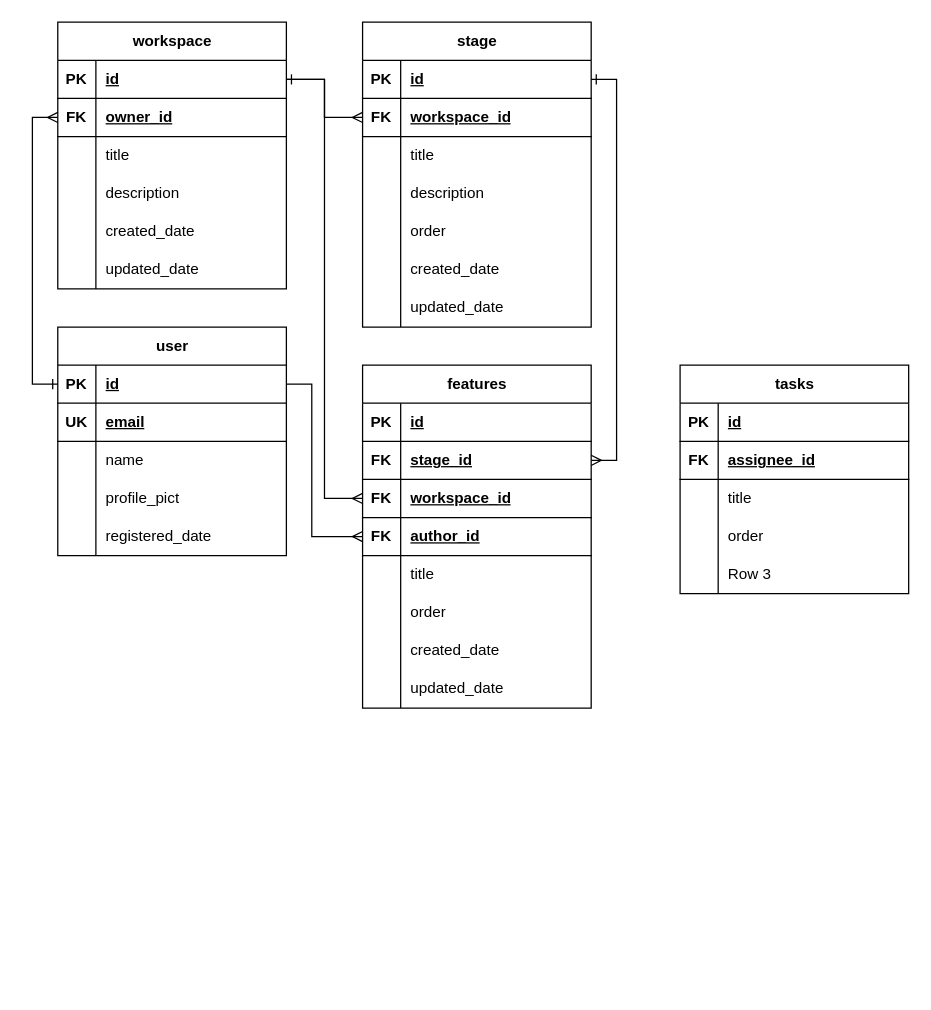
Earlier version of the draw.io diagram trello-kanban.drawio (yogiprsetya/app.diagrams.net). Source tidied: cells renumbered, new cells numbered last; positions are measured from the earlier drawing's top-left corner, leaving out a move shared by most shapes. Both pictures are drawn from the tidied source at 127%, with x=0, y=0 at pixel (57, 22).
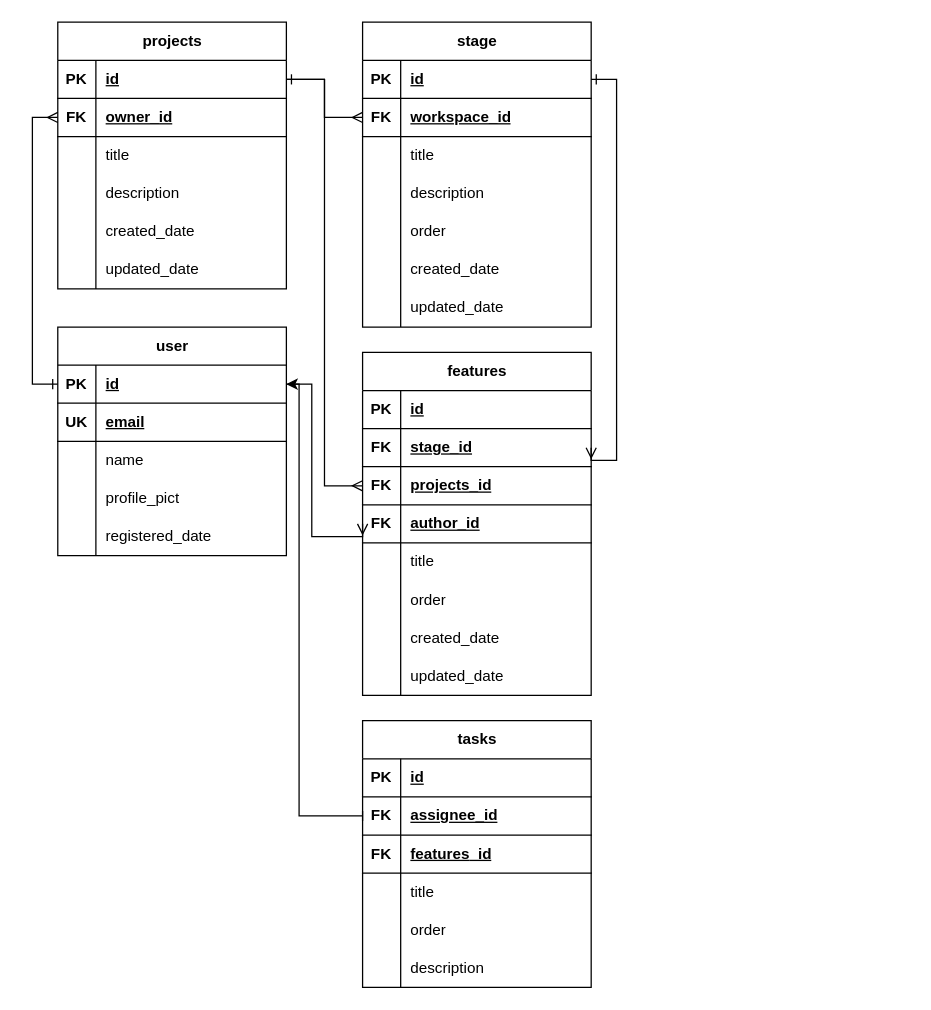
After the change.

The change refers to these unchanged cells:
```xml
<mxCell id="3" style="shape=tableRow;horizontal=0;startSize=0;swimlaneHead=0;swimlaneBody=0;fillColor=none;points=[[0,0.5],[1,0.5]];portConstraint=eastwest;top=0;left=0;right=0;bottom=1;" parent="2" vertex="1">
  <mxGeometry y="30" width="180" height="30" as="geometry" />
</mxCell>
<mxCell id="68" style="shape=tableRow;horizontal=0;startSize=0;swimlaneHead=0;swimlaneBody=0;fillColor=none;points=[[0,0.5],[1,0.5]];portConstraint=eastwest;top=0;left=0;right=0;bottom=1;" parent="61" vertex="1">
  <mxGeometry y="90" width="180" height="30" as="geometry" />
</mxCell>
<mxCell id="93" style="shape=tableRow;horizontal=0;startSize=0;swimlaneHead=0;swimlaneBody=0;fillColor=none;points=[[0,0.5],[1,0.5]];portConstraint=eastwest;top=0;left=0;right=0;bottom=1;" parent="89" vertex="1">
  <mxGeometry y="60" width="180" height="30" as="geometry" />
</mxCell>
```

Change to the diagram source:
```diff
@@
-    <mxCell id="18" value="workspace" style="shape=table;startSize=30;childLayout=tableLayout;rowLines=0;fontStyle=1;align=center;html=1;" parent="1" vertex="1">
+    <mxCell id="18" value="projects" style="shape=table;startSize=30;childLayout=tableLayout;rowLines=0;fontStyle=1;align=center;html=1;" parent="1" vertex="1">
       <mxGeometry width="180" height="210" as="geometry" />
     </mxCell>
@@
     <mxCell id="61" value="features" style="shape=table;startSize=30;childLayout=tableLayout;rowLines=0;fontStyle=1;align=center;html=1;" parent="1" vertex="1">
-      <mxGeometry x="240" y="270" width="180" height="270" as="geometry" />
+      <mxGeometry x="240" y="260" width="180" height="270" as="geometry" />
     </mxCell>
@@
-    <mxCell id="70" value="workspace_id" style="shape=partialRectangle;fillColor=none;top=0;left=0;bottom=0;right=0;align=left;spacingLeft=6;fontStyle=5;overflow=hidden;whiteSpace=wrap;html=1;" parent="68" vertex="1">
+    <mxCell id="70" value="projects_id" style="shape=partialRectangle;fillColor=none;top=0;left=0;bottom=0;right=0;align=left;spacingLeft=6;fontStyle=5;overflow=hidden;whiteSpace=wrap;html=1;" parent="68" vertex="1">
       <mxGeometry x="30" width="150" height="30" as="geometry" />
     </mxCell>
@@
     <mxCell id="89" value="tasks" style="shape=table;startSize=30;childLayout=tableLayout;rowLines=0;fontStyle=1;align=center;html=1;" parent="1" vertex="1">
-      <mxGeometry x="490" y="270" width="180" height="180" as="geometry" />
+      <mxGeometry x="240" y="550" width="180" height="210" as="geometry" />
     </mxCell>
@@
+    <mxCell id="105" style="shape=tableRow;horizontal=0;startSize=0;swimlaneHead=0;swimlaneBody=0;fillColor=none;top=0;left=0;right=0;bottom=1;" parent="89" vertex="1">
+      <mxGeometry y="90" width="180" height="30" as="geometry" />
+    </mxCell>
+    <mxCell id="106" value="FK" style="shape=partialRectangle;fillColor=none;top=0;left=0;bottom=0;right=0;fontStyle=1;overflow=hidden;whiteSpace=wrap;html=1;" parent="105" vertex="1">
+      <mxGeometry width="30" height="30" as="geometry" />
+    </mxCell>
+    <mxCell id="107" value="&lt;span style=&quot;text-align: center; text-wrap-mode: nowrap;&quot;&gt;features&lt;/span&gt;_id" style="shape=partialRectangle;fillColor=none;top=0;left=0;bottom=0;right=0;align=left;spacingLeft=6;fontStyle=5;overflow=hidden;whiteSpace=wrap;html=1;" parent="105" vertex="1">
+      <mxGeometry x="30" width="150" height="30" as="geometry" />
+    </mxCell>
     <mxCell id="96" style="shape=tableRow;horizontal=0;startSize=0;swimlaneHead=0;swimlaneBody=0;fillColor=none;top=0;left=0;right=0;bottom=0;" parent="89" vertex="1">
-      <mxGeometry y="90" width="180" height="30" as="geometry" />
+      <mxGeometry y="120" width="180" height="30" as="geometry" />
     </mxCell>
@@
     <mxCell id="99" style="shape=tableRow;horizontal=0;startSize=0;swimlaneHead=0;swimlaneBody=0;fillColor=none;top=0;left=0;right=0;bottom=0;" parent="89" vertex="1">
-      <mxGeometry y="120" width="180" height="30" as="geometry" />
+      <mxGeometry y="150" width="180" height="30" as="geometry" />
     </mxCell>
@@
     <mxCell id="102" style="shape=tableRow;horizontal=0;startSize=0;swimlaneHead=0;swimlaneBody=0;fillColor=none;top=0;left=0;right=0;bottom=0;" parent="89" vertex="1">
-      <mxGeometry y="150" width="180" height="30" as="geometry" />
+      <mxGeometry y="180" width="180" height="30" as="geometry" />
     </mxCell>
@@
-    <mxCell id="104" value="Row 3" style="shape=partialRectangle;fillColor=none;top=0;left=0;bottom=0;right=0;align=left;spacingLeft=6;overflow=hidden;whiteSpace=wrap;html=1;" parent="102" vertex="1">
+    <mxCell id="104" value="description" style="shape=partialRectangle;fillColor=none;top=0;left=0;bottom=0;right=0;align=left;spacingLeft=6;overflow=hidden;whiteSpace=wrap;html=1;" parent="102" vertex="1">
       <mxGeometry x="30" width="150" height="30" as="geometry" />
     </mxCell>
+    <mxCell id="108" style="edgeStyle=orthogonalEdgeStyle;rounded=0;jettySize=auto;html=1;entryX=1;entryY=0.5;entryDx=0;entryDy=0;startArrow=baseDash;startFill=0;" parent="1" edge="1" source="93" target="3">
+      <mxGeometry relative="1" as="geometry">
+        <Array as="points">
+          <mxPoint x="190" y="625" />
+          <mxPoint x="190" y="285" />
+        </Array>
+      </mxGeometry>
+    </mxCell>
```
